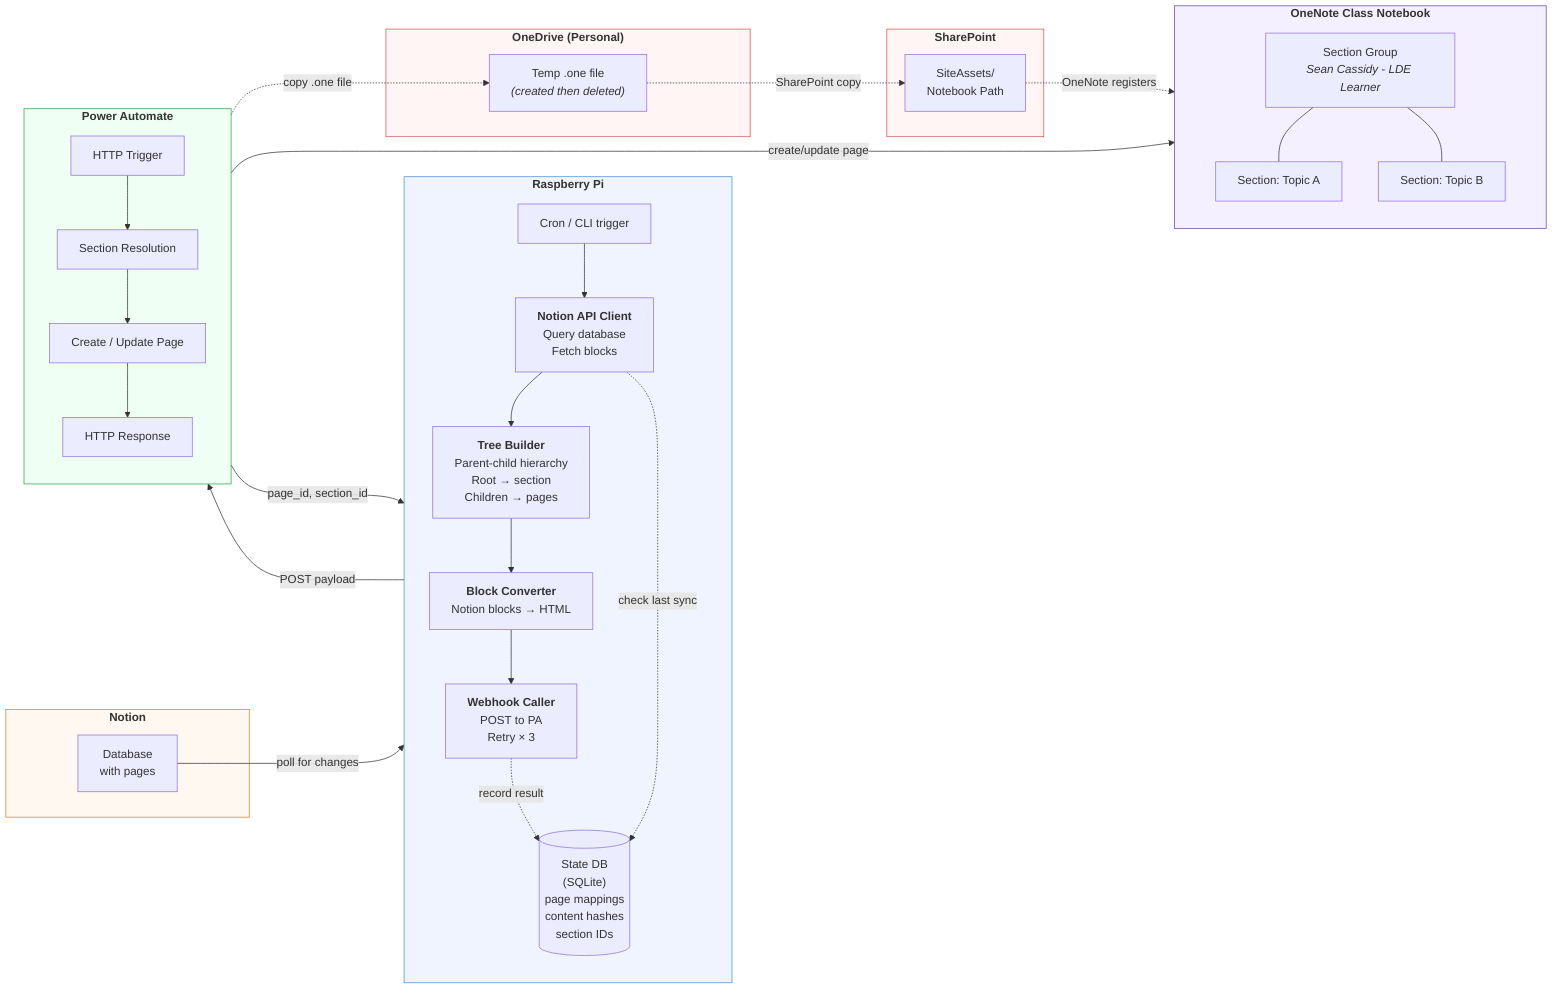
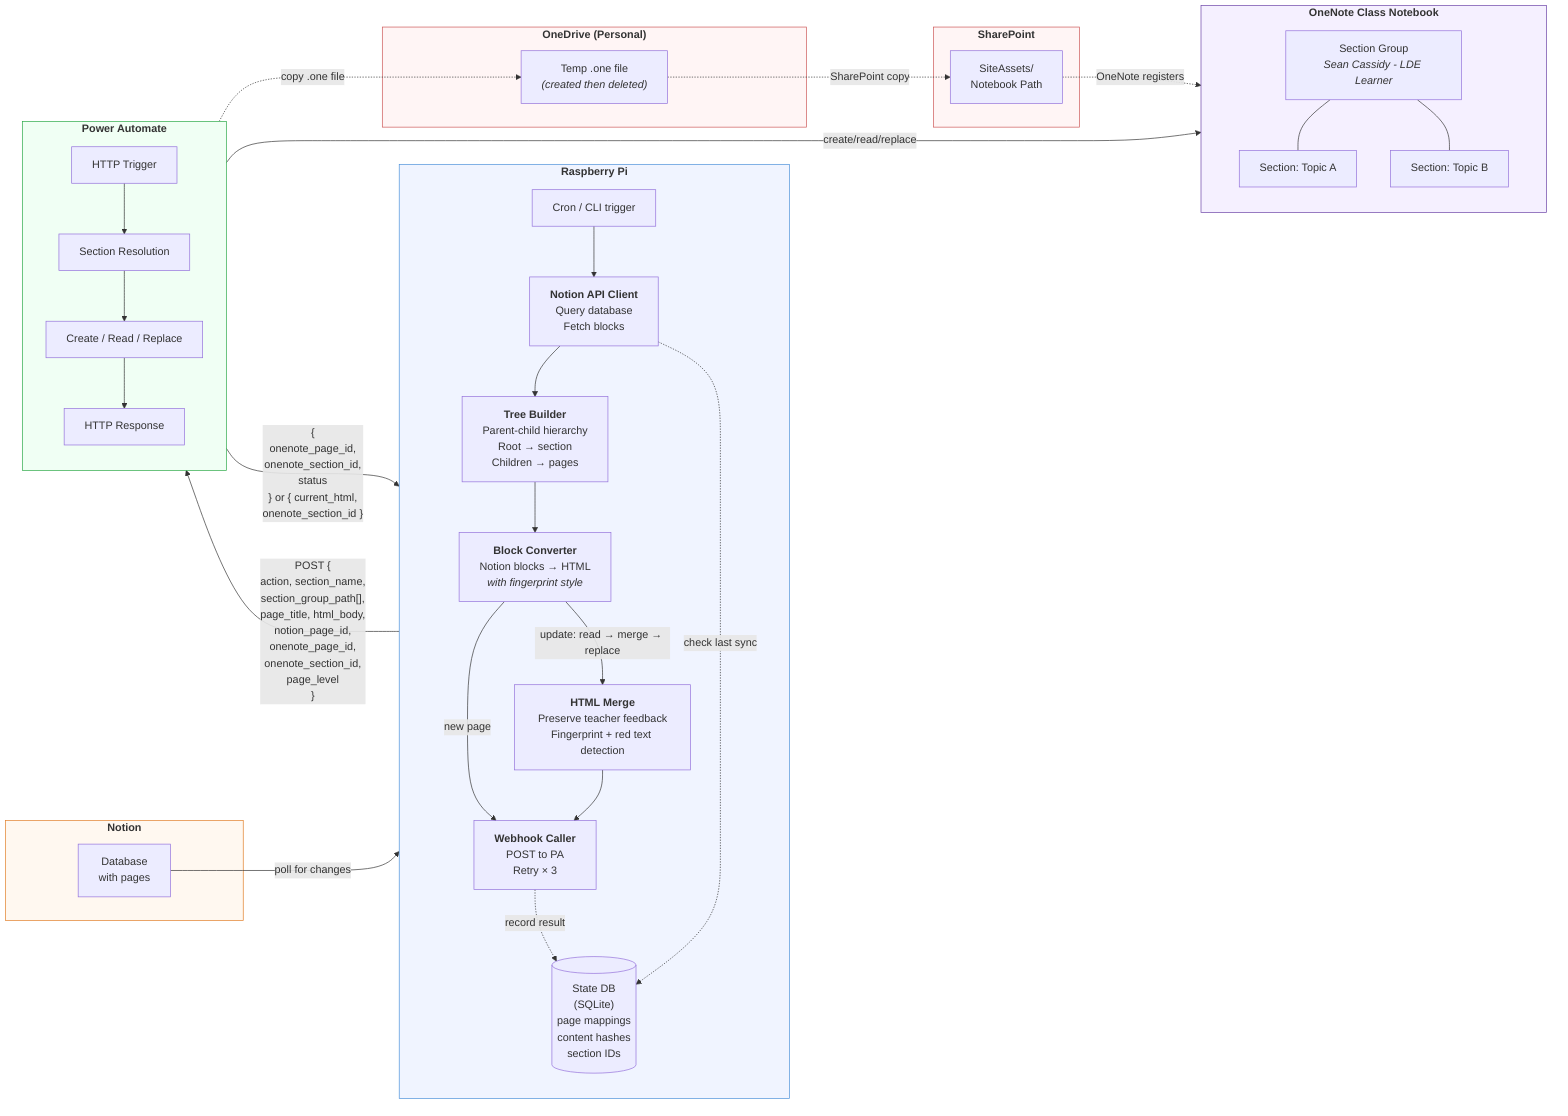
%%{ init: { "theme": "default", "flowchart": { "curve": "basis" } } }%%
flowchart LR
    subgraph pi ["<b>Raspberry Pi</b>"]
        direction TB
        cron["Cron / CLI trigger"]
        notion_api["<b>Notion API Client</b><br/>Query database<br/>Fetch blocks"]
        tree["<b>Tree Builder</b><br/>Parent-child hierarchy<br/>Root → section<br/>Children → pages"]
-         converter["<b>Block Converter</b><br/>Notion blocks → HTML"]
+         converter["<b>Block Converter</b><br/>Notion blocks → HTML<br/><i>with fingerprint style</i>"]
+         merger["<b>HTML Merge</b><br/>Preserve teacher feedback<br/>Fingerprint + red text detection"]
        webhook["<b>Webhook Caller</b><br/>POST to PA<br/>Retry × 3"]
        statedb[("State DB<br/>(SQLite)<br/>page mappings<br/>content hashes<br/>section IDs")]

-         cron --> notion_api --> tree --> converter --> webhook
+         cron --> notion_api --> tree --> converter
+         converter -- "new page" --> webhook
+         converter -- "update: read → merge → replace" --> merger --> webhook
        webhook -. "record result" .-> statedb
        notion_api -. "check last sync" .-> statedb
    end

    subgraph notion ["<b>Notion</b>"]
        db["Database<br/>with pages"]
    end

    subgraph pa ["<b>Power Automate</b>"]
        direction TB
        trigger["HTTP Trigger"]
        resolve["Section Resolution"]
-         page_op["Create / Update Page"]
+         actions["Create / Read / Replace"]
        resp["HTTP Response"]

-         trigger --> resolve --> page_op --> resp
+         trigger --> resolve --> actions --> resp
    end

    subgraph onenote ["<b>OneNote Class Notebook</b>"]
        direction TB
        sg["Section Group<br/><i>Sean Cassidy - LDE Learner</i>"]
        sec1["Section: Topic A"]
        sec2["Section: Topic B"]
        sg --- sec1
        sg --- sec2
    end

    subgraph onedrive ["<b>OneDrive (Personal)</b>"]
        temp["Temp .one file<br/><i>(created then deleted)</i>"]
    end

    subgraph sp ["<b>SharePoint</b>"]
        sp_path["SiteAssets/<br/>Notebook Path"]
    end

    db -- "poll for changes" --> notion_api
-     webhook -- "POST payload" --> trigger
-     resp -- "page_id, section_id" --> webhook
-     page_op -- "create/update page" --> sg
+     webhook -- "POST {<br/>action, section_name,<br/>section_group_path[],<br/>page_title, html_body,<br/>notion_page_id,<br/>onenote_page_id,<br/>onenote_section_id,<br/>page_level<br/>}" --> trigger
+     resp -- "{<br/>onenote_page_id,<br/>onenote_section_id,<br/>status<br/>} or { current_html,<br/>onenote_section_id }" --> webhook
+     actions -- "create/read/replace" --> sg
    resolve -. "copy .one file" .-> temp
    temp -. "SharePoint copy" .-> sp_path
    sp_path -. "OneNote registers" .-> sg

    classDef piStyle fill:#F0F4FF,stroke:#4A90D9
    classDef notionStyle fill:#FFF8F0,stroke:#E07C24
    classDef paStyle fill:#F0FFF4,stroke:#28A745
    classDef onenoteStyle fill:#F5F0FF,stroke:#6940A5
    classDef storageStyle fill:#FFF5F5,stroke:#CC5555

    class pi piStyle
    class notion notionStyle
    class pa paStyle
    class onenote onenoteStyle
    class onedrive,sp storageStyle
